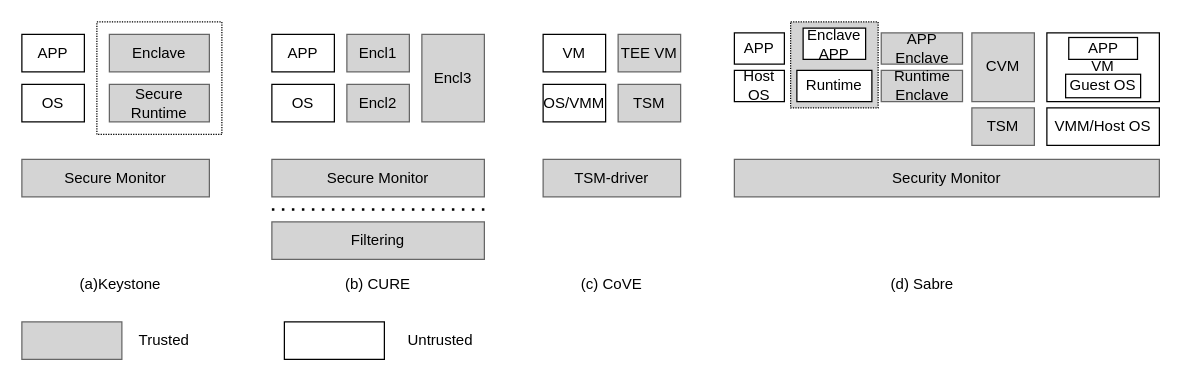
Before: page "compare" (5 of 19) of newarch.drawio in Zou1c/tmp, a draw.io diagram. Source tidied: cells renumbered, new cells numbered last; positions are measured from the earlier drawing's top-left corner, leaving out a move shared by most shapes. Both pictures are drawn from the tidied source at 125%, with x=0, y=0 at pixel (21, 21).
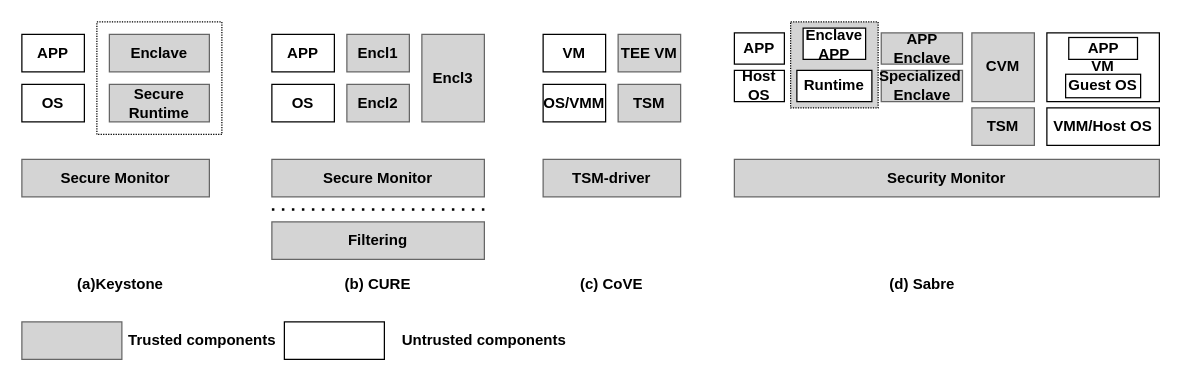
Above is the later version.

Change to the diagram source:
```diff
@@
-    <mxCell id="2" style="rounded=0;whiteSpace=wrap;html=1;fillColor=light-dark(#d4d4d4, #ededed);dashed=1;dashPattern=1 1;" parent="1" vertex="1">
+    <mxCell id="2" style="rounded=0;whiteSpace=wrap;html=1;fillColor=light-dark(#d4d4d4, #ededed);dashed=1;dashPattern=1 1;fontStyle=1;" parent="1" vertex="1">
       <mxGeometry x="615" width="70" height="68.8" as="geometry" />
     </mxCell>
-    <mxCell id="3" style="rounded=0;whiteSpace=wrap;html=1;fillColor=#d4d4d4;strokeColor=#666666;align=center;" parent="1" vertex="1">
+    <mxCell id="3" style="rounded=0;whiteSpace=wrap;html=1;fillColor=#d4d4d4;strokeColor=#666666;align=center;fontStyle=1;" parent="1" vertex="1">
       <mxGeometry y="240" width="80" height="30" as="geometry" />
     </mxCell>
-    <mxCell id="4" style="rounded=0;whiteSpace=wrap;html=1;fillColor=#ffffff;strokeColor=#000000;align=center;" parent="1" vertex="1">
+    <mxCell id="4" style="rounded=0;whiteSpace=wrap;html=1;fillColor=#ffffff;strokeColor=#000000;align=center;fontStyle=1;" parent="1" vertex="1">
       <mxGeometry x="210" y="240" width="80" height="30" as="geometry" />
     </mxCell>
-    <mxCell id="5" value="APP" style="rounded=0;whiteSpace=wrap;html=1;fillColor=#ffffff;strokeColor=#000000;" parent="1" vertex="1">
+    <mxCell id="5" value="APP" style="rounded=0;whiteSpace=wrap;html=1;fillColor=#ffffff;strokeColor=#000000;fontStyle=1;" parent="1" vertex="1">
       <mxGeometry y="10" width="50" height="30" as="geometry" />
     </mxCell>
-    <mxCell id="6" value="OS" style="rounded=0;whiteSpace=wrap;html=1;fillColor=#ffffff;strokeColor=#000000;" parent="1" vertex="1">
+    <mxCell id="6" value="OS" style="rounded=0;whiteSpace=wrap;html=1;fillColor=#ffffff;strokeColor=#000000;fontStyle=1;" parent="1" vertex="1">
       <mxGeometry y="50" width="50" height="30" as="geometry" />
     </mxCell>
-    <mxCell id="7" value="Enclave" style="rounded=0;whiteSpace=wrap;html=1;fillColor=#d4d4d4;strokeColor=#666666;" parent="1" vertex="1">
+    <mxCell id="7" value="Enclave" style="rounded=0;whiteSpace=wrap;html=1;fillColor=#d4d4d4;strokeColor=#666666;fontStyle=1;" parent="1" vertex="1">
       <mxGeometry x="70" y="10" width="80" height="30" as="geometry" />
     </mxCell>
-    <mxCell id="8" value="Secure Runtime" style="rounded=0;whiteSpace=wrap;html=1;fillColor=#d4d4d4;strokeColor=#666666;" parent="1" vertex="1">
+    <mxCell id="8" value="Secure Runtime" style="rounded=0;whiteSpace=wrap;html=1;fillColor=#d4d4d4;strokeColor=#666666;fontStyle=1;" parent="1" vertex="1">
       <mxGeometry x="70" y="50" width="80" height="30" as="geometry" />
     </mxCell>
-    <mxCell id="9" style="rounded=0;whiteSpace=wrap;html=1;fillColor=none;dashed=1;dashPattern=1 1;" parent="1" vertex="1">
+    <mxCell id="9" style="rounded=0;whiteSpace=wrap;html=1;fillColor=none;dashed=1;dashPattern=1 1;fontStyle=1;" parent="1" vertex="1">
       <mxGeometry x="60" width="100" height="90" as="geometry" />
     </mxCell>
-    <mxCell id="10" value="Secure Monitor" style="rounded=0;whiteSpace=wrap;html=1;fillColor=#d4d4d4;strokeColor=#666666;" parent="1" vertex="1">
+    <mxCell id="10" value="Secure Monitor" style="rounded=0;whiteSpace=wrap;html=1;fillColor=#d4d4d4;strokeColor=#666666;fontStyle=1;" parent="1" vertex="1">
       <mxGeometry y="110" width="150" height="30" as="geometry" />
     </mxCell>
-    <mxCell id="11" value="(a)Keystone" style="text;html=1;strokeColor=none;fillColor=none;align=center;verticalAlign=middle;whiteSpace=wrap;rounded=0;" parent="1" vertex="1">
+    <mxCell id="11" value="(a)Keystone" style="text;html=1;strokeColor=none;fillColor=none;align=center;verticalAlign=middle;whiteSpace=wrap;rounded=0;fontStyle=1;" parent="1" vertex="1">
       <mxGeometry x="44" y="200" width="70" height="20" as="geometry" />
     </mxCell>
-    <mxCell id="12" value="APP" style="rounded=0;whiteSpace=wrap;html=1;fillColor=#ffffff;strokeColor=#000000;" parent="1" vertex="1">
+    <mxCell id="12" value="APP" style="rounded=0;whiteSpace=wrap;html=1;fillColor=#ffffff;strokeColor=#000000;fontStyle=1;" parent="1" vertex="1">
       <mxGeometry x="200" y="10" width="50" height="30" as="geometry" />
     </mxCell>
-    <mxCell id="13" value="OS" style="rounded=0;whiteSpace=wrap;html=1;fillColor=#ffffff;strokeColor=#000000;" parent="1" vertex="1">
+    <mxCell id="13" value="OS" style="rounded=0;whiteSpace=wrap;html=1;fillColor=#ffffff;strokeColor=#000000;fontStyle=1;" parent="1" vertex="1">
       <mxGeometry x="200" y="50" width="50" height="30" as="geometry" />
     </mxCell>
-    <mxCell id="14" value="Encl1" style="rounded=0;whiteSpace=wrap;html=1;fillColor=#d4d4d4;strokeColor=#666666;" parent="1" vertex="1">
+    <mxCell id="14" value="Encl1" style="rounded=0;whiteSpace=wrap;html=1;fillColor=#d4d4d4;strokeColor=#666666;fontStyle=1;" parent="1" vertex="1">
       <mxGeometry x="260" y="10" width="50" height="30" as="geometry" />
     </mxCell>
-    <mxCell id="15" value="Encl2" style="rounded=0;whiteSpace=wrap;html=1;fillColor=#d4d4d4;strokeColor=#666666;" parent="1" vertex="1">
+    <mxCell id="15" value="Encl2" style="rounded=0;whiteSpace=wrap;html=1;fillColor=#d4d4d4;strokeColor=#666666;fontStyle=1;" parent="1" vertex="1">
       <mxGeometry x="260" y="50" width="50" height="30" as="geometry" />
     </mxCell>
-    <mxCell id="16" value="Encl3" style="rounded=0;whiteSpace=wrap;html=1;fillColor=#d4d4d4;strokeColor=#666666;" parent="1" vertex="1">
+    <mxCell id="16" value="Encl3" style="rounded=0;whiteSpace=wrap;html=1;fillColor=#d4d4d4;strokeColor=#666666;fontStyle=1;" parent="1" vertex="1">
       <mxGeometry x="320" y="10" width="50" height="70" as="geometry" />
     </mxCell>
-    <mxCell id="17" value="Secure Monitor" style="rounded=0;whiteSpace=wrap;html=1;fillColor=#d4d4d4;strokeColor=#666666;" parent="1" vertex="1">
+    <mxCell id="17" value="Secure Monitor" style="rounded=0;whiteSpace=wrap;html=1;fillColor=#d4d4d4;strokeColor=#666666;fontStyle=1;" parent="1" vertex="1">
       <mxGeometry x="200" y="110" width="170" height="30" as="geometry" />
     </mxCell>
-    <mxCell id="18" value="Filtering" style="rounded=0;whiteSpace=wrap;html=1;fillColor=#d4d4d4;strokeColor=#666666;" parent="1" vertex="1">
+    <mxCell id="18" value="Filtering" style="rounded=0;whiteSpace=wrap;html=1;fillColor=#d4d4d4;strokeColor=#666666;fontStyle=1;" parent="1" vertex="1">
       <mxGeometry x="200" y="160" width="170" height="30" as="geometry" />
     </mxCell>
-    <mxCell id="19" value="(b) CURE" style="text;html=1;strokeColor=none;fillColor=none;align=center;verticalAlign=middle;whiteSpace=wrap;rounded=0;" parent="1" vertex="1">
+    <mxCell id="19" value="(b) CURE" style="text;html=1;strokeColor=none;fillColor=none;align=center;verticalAlign=middle;whiteSpace=wrap;rounded=0;fontStyle=1;" parent="1" vertex="1">
       <mxGeometry x="250" y="200" width="70" height="20" as="geometry" />
     </mxCell>
-    <mxCell id="20" style="endArrow=none;dashed=1;html=1;dashPattern=1 3;strokeWidth=2;" parent="1" edge="1">
+    <mxCell id="20" style="endArrow=none;dashed=1;html=1;dashPattern=1 3;strokeWidth=2;fontStyle=1;" parent="1" edge="1">
       <mxGeometry relative="1" as="geometry">
         <mxPoint x="200" y="150" as="sourcePoint" />
         <mxPoint x="370" y="150" as="targetPoint" />
       </mxGeometry>
     </mxCell>
-    <mxCell id="21" value="VM" style="rounded=0;whiteSpace=wrap;html=1;fillColor=#ffffff;strokeColor=#000000;" parent="1" vertex="1">
+    <mxCell id="21" value="VM" style="rounded=0;whiteSpace=wrap;html=1;fillColor=#ffffff;strokeColor=#000000;fontStyle=1;" parent="1" vertex="1">
       <mxGeometry x="417" y="10" width="50" height="30" as="geometry" />
     </mxCell>
-    <mxCell id="22" value="TEE VM" style="rounded=0;whiteSpace=wrap;html=1;fillColor=#d4d4d4;strokeColor=#666666;" parent="1" vertex="1">
+    <mxCell id="22" value="TEE VM" style="rounded=0;whiteSpace=wrap;html=1;fillColor=#d4d4d4;strokeColor=#666666;fontStyle=1;" parent="1" vertex="1">
       <mxGeometry x="477" y="10" width="50" height="30" as="geometry" />
     </mxCell>
-    <mxCell id="23" value="OS/VMM" style="rounded=0;whiteSpace=wrap;html=1;fillColor=#ffffff;strokeColor=#000000;" parent="1" vertex="1">
+    <mxCell id="23" value="OS/VMM" style="rounded=0;whiteSpace=wrap;html=1;fillColor=#ffffff;strokeColor=#000000;fontStyle=1;" parent="1" vertex="1">
       <mxGeometry x="417" y="50" width="50" height="30" as="geometry" />
     </mxCell>
-    <mxCell id="24" value="TSM" style="rounded=0;whiteSpace=wrap;html=1;fillColor=#d4d4d4;strokeColor=#666666;" parent="1" vertex="1">
+    <mxCell id="24" value="TSM" style="rounded=0;whiteSpace=wrap;html=1;fillColor=#d4d4d4;strokeColor=#666666;fontStyle=1;" parent="1" vertex="1">
       <mxGeometry x="477" y="50" width="50" height="30" as="geometry" />
     </mxCell>
-    <mxCell id="25" value="TSM-driver" style="rounded=0;whiteSpace=wrap;html=1;fillColor=#d4d4d4;strokeColor=#666666;" parent="1" vertex="1">
+    <mxCell id="25" value="TSM-driver" style="rounded=0;whiteSpace=wrap;html=1;fillColor=#d4d4d4;strokeColor=#666666;fontStyle=1;" parent="1" vertex="1">
       <mxGeometry x="417" y="110" width="110" height="30" as="geometry" />
     </mxCell>
-    <mxCell id="26" value="(c) CoVE" style="text;html=1;strokeColor=none;fillColor=none;align=center;verticalAlign=middle;whiteSpace=wrap;rounded=0;" parent="1" vertex="1">
+    <mxCell id="26" value="(c) CoVE" style="text;html=1;strokeColor=none;fillColor=none;align=center;verticalAlign=middle;whiteSpace=wrap;rounded=0;fontStyle=1;" parent="1" vertex="1">
       <mxGeometry x="442" y="200" width="60" height="20" as="geometry" />
     </mxCell>
-    <mxCell id="27" value="APP" style="rounded=0;whiteSpace=wrap;html=1;fillColor=#ffffff;strokeColor=#000000;" parent="1" vertex="1">
+    <mxCell id="27" value="APP" style="rounded=0;whiteSpace=wrap;html=1;fillColor=#ffffff;strokeColor=#000000;fontStyle=1;" parent="1" vertex="1">
       <mxGeometry x="570" y="8.8" width="40" height="25" as="geometry" />
     </mxCell>
-    <mxCell id="28" value="APP Enclave" style="rounded=0;whiteSpace=wrap;html=1;fillColor=#d4d4d4;strokeColor=#666666;" parent="1" vertex="1">
+    <mxCell id="28" value="APP Enclave" style="rounded=0;whiteSpace=wrap;html=1;fillColor=#d4d4d4;strokeColor=#666666;fontStyle=1;" parent="1" vertex="1">
       <mxGeometry x="687.5" y="8.8" width="65" height="25" as="geometry" />
     </mxCell>
-    <mxCell id="29" value="Host OS" style="rounded=0;whiteSpace=wrap;html=1;fillColor=#ffffff;strokeColor=#000000;" parent="1" vertex="1">
+    <mxCell id="29" value="Host OS" style="rounded=0;whiteSpace=wrap;html=1;fillColor=#ffffff;strokeColor=#000000;fontStyle=1;" parent="1" vertex="1">
       <mxGeometry x="570" y="38.8" width="40" height="25" as="geometry" />
     </mxCell>
-    <mxCell id="30" value="Runtime" style="rounded=0;whiteSpace=wrap;html=1;" parent="1" vertex="1">
+    <mxCell id="30" value="Runtime" style="rounded=0;whiteSpace=wrap;html=1;fontStyle=1;" parent="1" vertex="1">
       <mxGeometry x="620" y="38.8" width="60" height="25" as="geometry" />
     </mxCell>
-    <mxCell id="31" value="CVM" style="rounded=0;whiteSpace=wrap;html=1;fillColor=#d4d4d4;strokeColor=#666666;" parent="1" vertex="1">
+    <mxCell id="31" value="CVM" style="rounded=0;whiteSpace=wrap;html=1;fillColor=#d4d4d4;strokeColor=#666666;fontStyle=1;" parent="1" vertex="1">
       <mxGeometry x="760" y="8.8" width="50" height="55" as="geometry" />
     </mxCell>
-    <mxCell id="32" value="VMM/Host OS" style="rounded=0;whiteSpace=wrap;html=1;fillColor=#ffffff;strokeColor=#000000;" parent="1" vertex="1">
+    <mxCell id="32" value="VMM/Host OS" style="rounded=0;whiteSpace=wrap;html=1;fillColor=#ffffff;strokeColor=#000000;fontStyle=1;" parent="1" vertex="1">
       <mxGeometry x="820" y="68.8" width="90" height="30" as="geometry" />
     </mxCell>
-    <mxCell id="33" value="TSM" style="rounded=0;whiteSpace=wrap;html=1;fillColor=#d4d4d4;strokeColor=#666666;" parent="1" vertex="1">
+    <mxCell id="33" value="TSM" style="rounded=0;whiteSpace=wrap;html=1;fillColor=#d4d4d4;strokeColor=#666666;fontStyle=1;" parent="1" vertex="1">
       <mxGeometry x="760" y="68.8" width="50" height="30" as="geometry" />
     </mxCell>
-    <mxCell id="34" value="Security Monitor" style="rounded=0;whiteSpace=wrap;html=1;fillColor=#d4d4d4;strokeColor=#666666;" parent="1" vertex="1">
+    <mxCell id="34" value="Security Monitor" style="rounded=0;whiteSpace=wrap;html=1;fillColor=#d4d4d4;strokeColor=#666666;fontStyle=1;" parent="1" vertex="1">
       <mxGeometry x="570" y="110" width="340" height="30" as="geometry" />
     </mxCell>
-    <mxCell id="35" value="(d) Sabre" style="text;html=1;strokeColor=none;fillColor=none;align=center;verticalAlign=middle;whiteSpace=wrap;rounded=0;" parent="1" vertex="1">
+    <mxCell id="35" value="(d) Sabre" style="text;html=1;strokeColor=none;fillColor=none;align=center;verticalAlign=middle;whiteSpace=wrap;rounded=0;fontStyle=1;" parent="1" vertex="1">
       <mxGeometry x="687.5" y="200" width="65" height="20" as="geometry" />
     </mxCell>
-    <mxCell id="36" value="Runtime Enclave" style="rounded=0;whiteSpace=wrap;html=1;fillColor=#d4d4d4;strokeColor=#666666;" parent="1" vertex="1">
+    <mxCell id="36" value="Specialized&amp;nbsp; Enclave" style="rounded=0;whiteSpace=wrap;html=1;fillColor=#d4d4d4;strokeColor=#666666;fontStyle=1;" parent="1" vertex="1">
       <mxGeometry x="687.5" y="38.8" width="65" height="25" as="geometry" />
     </mxCell>
-    <mxCell id="37" value="VM" style="rounded=0;whiteSpace=wrap;html=1;" parent="1" vertex="1">
+    <mxCell id="37" value="VM" style="rounded=0;whiteSpace=wrap;html=1;fontStyle=1;" parent="1" vertex="1">
       <mxGeometry x="820" y="8.8" width="90" height="55" as="geometry" />
     </mxCell>
-    <mxCell id="38" value="APP" style="rounded=0;whiteSpace=wrap;html=1;fillColor=#ffffff;strokeColor=#000000;" parent="1" vertex="1">
+    <mxCell id="38" value="APP" style="rounded=0;whiteSpace=wrap;html=1;fillColor=#ffffff;strokeColor=#000000;fontStyle=1;" parent="1" vertex="1">
       <mxGeometry x="837.5" y="12.5" width="55" height="17.5" as="geometry" />
     </mxCell>
-    <mxCell id="39" value="Guest OS" style="rounded=0;whiteSpace=wrap;html=1;fillColor=#ffffff;strokeColor=#000000;" parent="1" vertex="1">
+    <mxCell id="39" value="Guest OS" style="rounded=0;whiteSpace=wrap;html=1;fillColor=#ffffff;strokeColor=#000000;fontStyle=1;" parent="1" vertex="1">
       <mxGeometry x="835" y="41.9" width="60" height="18.8" as="geometry" />
     </mxCell>
-    <mxCell id="40" value="Enclave&lt;div&gt;APP&lt;/div&gt;" style="rounded=0;whiteSpace=wrap;html=1;fillColor=#ffffff;strokeColor=#000000;" parent="1" vertex="1">
+    <mxCell id="40" value="Enclave&lt;div&gt;APP&lt;/div&gt;" style="rounded=0;whiteSpace=wrap;html=1;fillColor=#ffffff;strokeColor=#000000;fontStyle=1;" parent="1" vertex="1">
       <mxGeometry x="625" y="5" width="50" height="25" as="geometry" />
     </mxCell>
-    <mxCell id="41" value="Trusted" style="text;html=1;strokeColor=none;fillColor=none;align=center;verticalAlign=middle;whiteSpace=wrap;rounded=0;" parent="1" vertex="1">
-      <mxGeometry x="79" y="245" width="70" height="20" as="geometry" />
+    <mxCell id="41" value="Trusted components" style="text;html=1;strokeColor=none;fillColor=none;align=center;verticalAlign=middle;whiteSpace=wrap;rounded=0;fontStyle=1;" parent="1" vertex="1">
+      <mxGeometry x="79" y="245" width="131" height="20" as="geometry" />
     </mxCell>
-    <mxCell id="42" value="Untrusted" style="text;html=1;strokeColor=none;fillColor=none;align=center;verticalAlign=middle;whiteSpace=wrap;rounded=0;" parent="1" vertex="1">
-      <mxGeometry x="300" y="245" width="70" height="20" as="geometry" />
+    <mxCell id="42" value="Untrusted components" style="text;html=1;strokeColor=none;fillColor=none;align=center;verticalAlign=middle;whiteSpace=wrap;rounded=0;fontStyle=1;" parent="1" vertex="1">
+      <mxGeometry x="300" y="245" width="140" height="20" as="geometry" />
     </mxCell>
```
